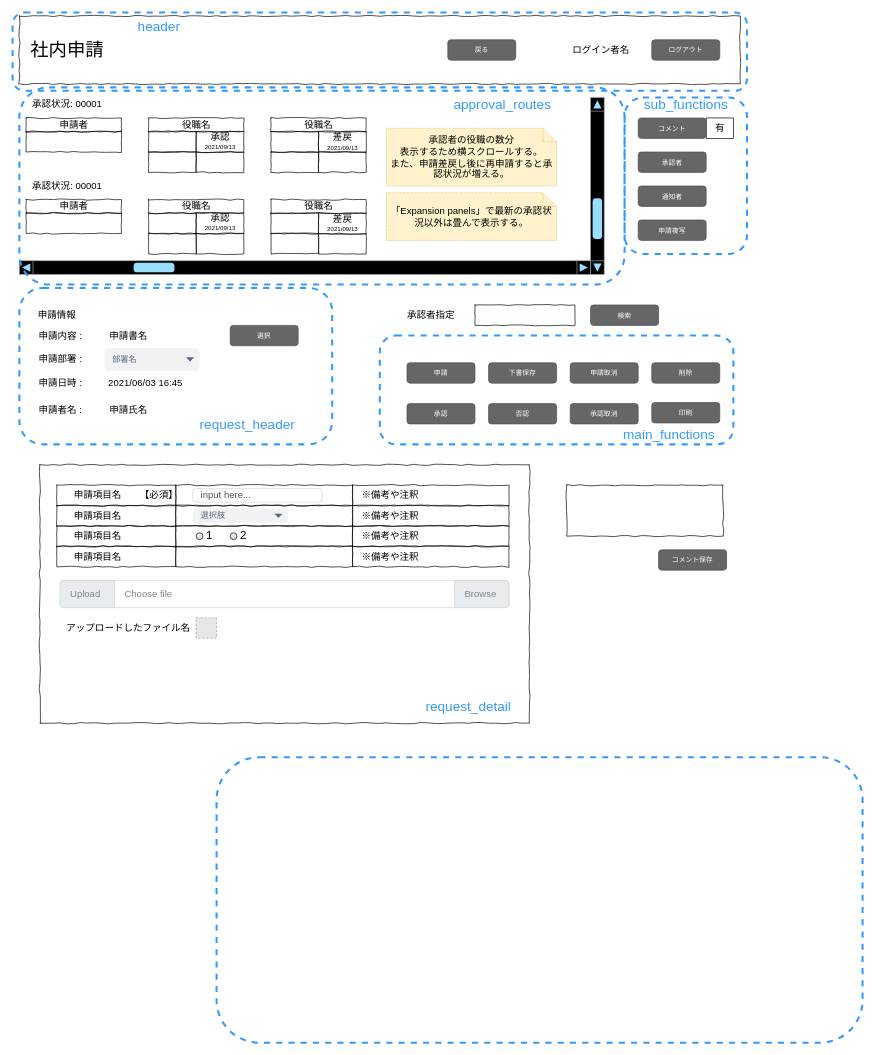
This is page "s020申請詳細" (10 of 10) of docs/設計資料/01_画面/画面イメージ.drawio from haphuongnt96/Django-REST-Practice, a draw.io file, before an edit. Source tidied: cells renumbered, new cells numbered last; positions are measured from the earlier drawing's top-left corner, leaving out a move shared by most shapes. Both pictures are drawn from the tidied source at 68%, with x=0, y=0 at pixel (12, 12). Pictures stored in the file or linked from it are replaced by grey dashed boxes.
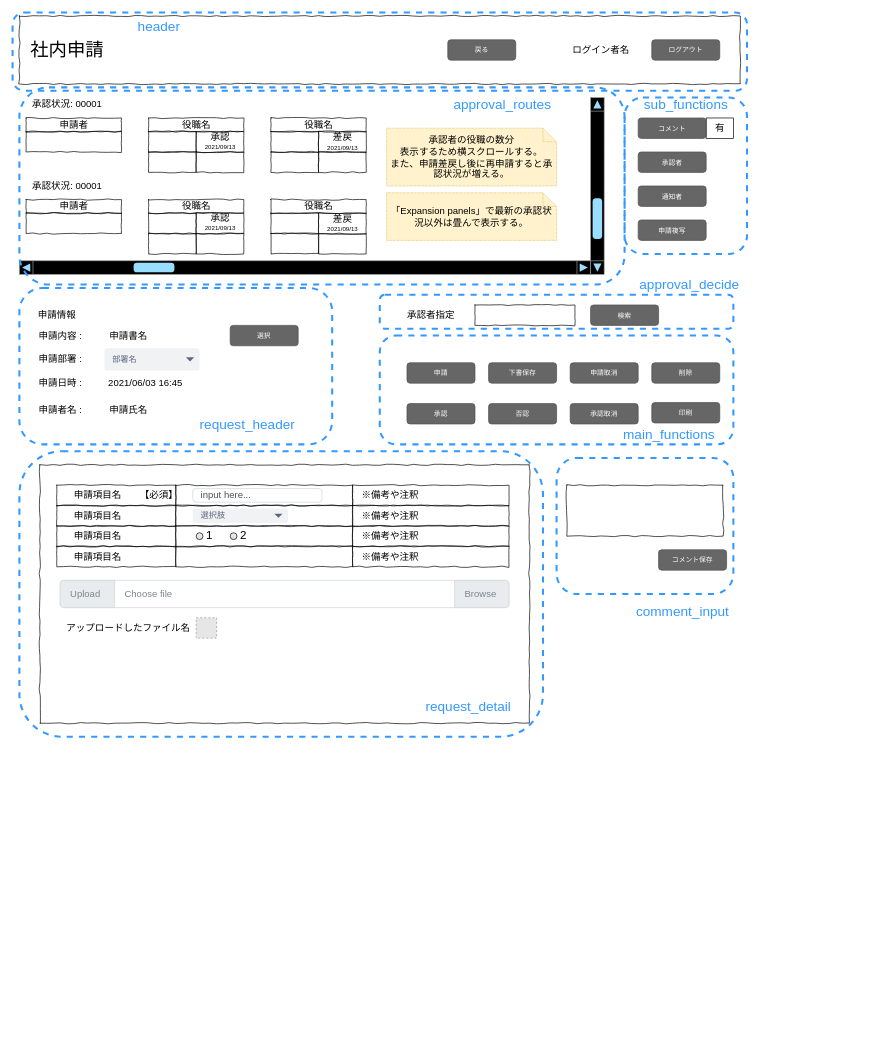
After the change.

Commit message:
画面イメージの申請詳細のcomponent分割枠を記載

Change to the diagram source:
```diff
@@
     <mxCell id="97" style="rounded=1;whiteSpace=wrap;html=1;fontSize=30;fontColor=#3399FF;fillColor=none;dashed=1;strokeWidth=3;strokeColor=#3399FF;" parent="1" vertex="1">
-      <mxGeometry x="300" y="1095" width="950" height="420" as="geometry" />
+      <mxGeometry x="10" y="645" width="770" height="420" as="geometry" />
     </mxCell>
@@
+    <mxCell id="125" style="rounded=1;whiteSpace=wrap;html=1;fontSize=30;fontColor=#3399FF;fillColor=none;dashed=1;strokeWidth=3;strokeColor=#3399FF;" parent="1" vertex="1">
+      <mxGeometry x="540" y="415" width="520" height="50" as="geometry" />
+    </mxCell>
+    <mxCell id="126" style="rounded=1;whiteSpace=wrap;html=1;fontSize=30;fontColor=#3399FF;fillColor=none;dashed=1;strokeWidth=3;strokeColor=#3399FF;" parent="1" vertex="1">
+      <mxGeometry x="800" y="655" width="260" height="200" as="geometry" />
+    </mxCell>
+    <mxCell id="127" value="comment_input" style="text;html=1;align=center;verticalAlign=middle;fillColor=none;strokeColor=none;rounded=0;fontSize=20;fontColor=#3399FF;" parent="1" vertex="1">
+      <mxGeometry x="910" y="865" width="150" height="30" as="geometry" />
+    </mxCell>
+    <mxCell id="128" value="approval_decide" style="text;html=1;align=center;verticalAlign=middle;fillColor=none;strokeColor=none;rounded=0;fontSize=20;fontColor=#3399FF;" parent="1" vertex="1">
+      <mxGeometry x="915" y="384" width="160" height="30" as="geometry" />
+    </mxCell>
```
